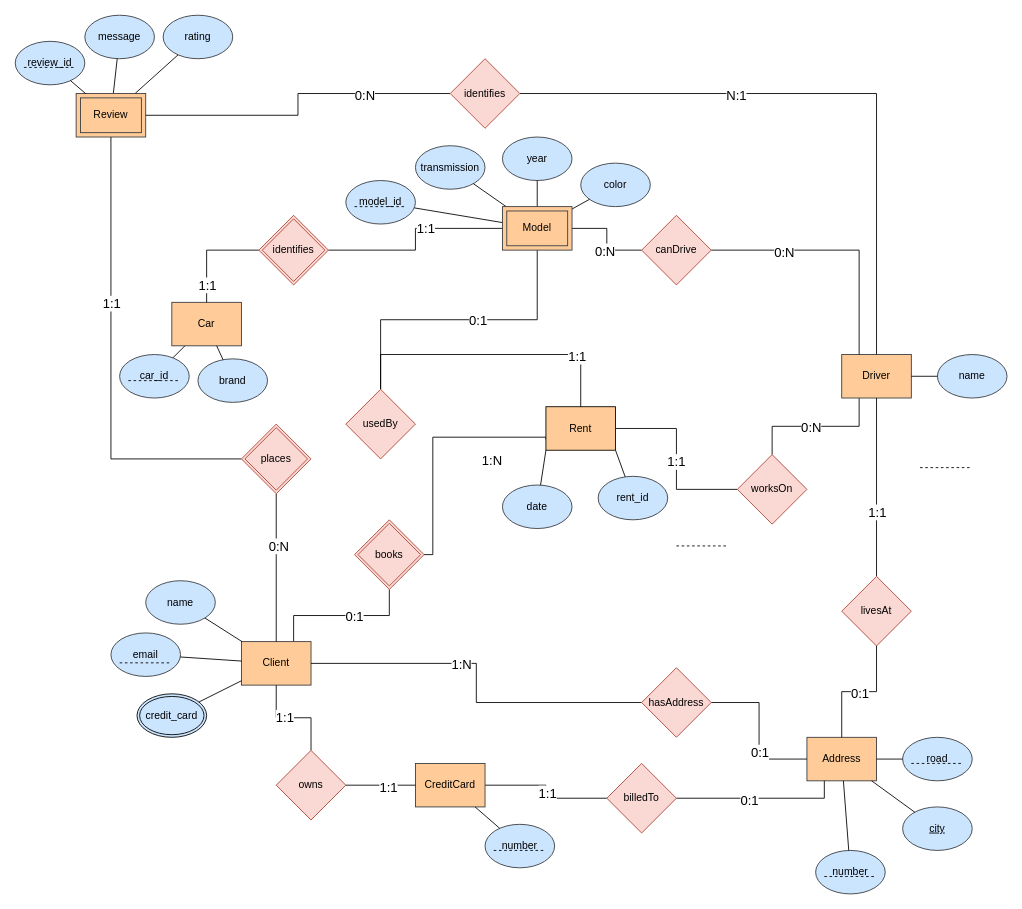
The draw.io diagram 480-ER-Diagram.drawio in p-rinceS/CS-480-Project, before the edit. Source tidied: cells renumbered, new cells numbered last; positions are measured from the earlier drawing's top-left corner, leaving out a move shared by most shapes. Both pictures are drawn from the tidied source at 87%, with x=0, y=0 at pixel (15, 15).
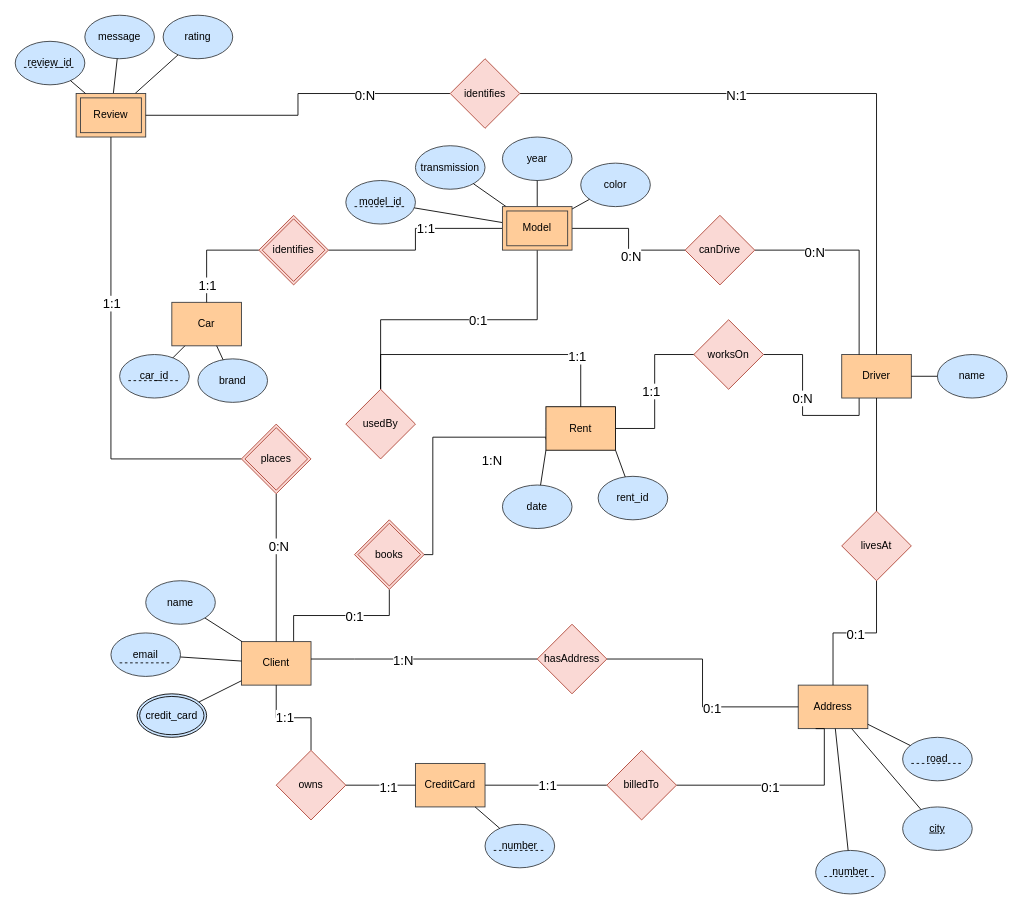
After the change.

Commit message:
Changed the position of certain Entities and Attributes (reorganized the model a little bit)

The change refers to these unchanged cells:
```xml
<mxCell id="4" value="Client" style="whiteSpace=wrap;html=1;fillColor=#ffcc99;strokeColor=#36393d;" parent="1" vertex="1">
  <mxGeometry x="260" y="720" width="80" height="50" as="geometry" />
</mxCell>
```

What changed in the source:
```diff
@@
     <mxCell id="16" value="Address" style="whiteSpace=wrap;html=1;fillColor=#ffcc99;strokeColor=#36393d;" parent="1" vertex="1">
-      <mxGeometry x="910" y="830" width="80" height="50" as="geometry" />
+      <mxGeometry x="900" y="770" width="80" height="50" as="geometry" />
     </mxCell>
@@
     <mxCell id="69" value="canDrive" style="shape=rhombus;perimeter=rhombusPerimeter;whiteSpace=wrap;html=1;align=center;fillColor=#fad9d5;strokeColor=#ae4132;" parent="1" vertex="1">
-      <mxGeometry x="720" y="230" width="80" height="80" as="geometry" />
+      <mxGeometry x="770" y="230" width="80" height="80" as="geometry" />
     </mxCell>
@@
     <mxCell id="73" style="edgeStyle=orthogonalEdgeStyle;rounded=0;jettySize=auto;html=1;endArrow=none;startFill=0;fontSize=15;" parent="1" edge="1" source="76" target="4">
-      <mxGeometry relative="1" as="geometry" />
+      <mxGeometry relative="1" as="geometry">
+        <Array as="points">
+          <mxPoint x="390" y="740" />
+          <mxPoint x="390" y="740" />
+        </Array>
+      </mxGeometry>
     </mxCell>
@@
-    <mxCell id="75" value="&lt;font style=&quot;font-size: 15px;&quot;&gt;1:1&lt;/font&gt;" style="edgeLabel;html=1;align=center;verticalAlign=middle;" parent="73" vertex="1">
-      <mxGeometry x="-0.69" y="-1" relative="1" as="geometry">
-        <mxPoint x="336" y="-219" as="offset" />
-      </mxGeometry>
-    </mxCell>
     <mxCell id="76" value="hasAddress" style="shape=rhombus;perimeter=rhombusPerimeter;whiteSpace=wrap;html=1;align=center;fillColor=#fad9d5;strokeColor=#ae4132;" parent="1" vertex="1">
-      <mxGeometry x="720" y="750" width="80" height="80" as="geometry" />
+      <mxGeometry x="600" y="700" width="80" height="80" as="geometry" />
     </mxCell>
@@
     <mxCell id="88" value="worksOn" style="shape=rhombus;perimeter=rhombusPerimeter;whiteSpace=wrap;html=1;align=center;fillColor=#fad9d5;strokeColor=#ae4132;" parent="1" vertex="1">
-      <mxGeometry x="830" y="505" width="80" height="80" as="geometry" />
+      <mxGeometry x="780" y="350" width="80" height="80" as="geometry" />
     </mxCell>
@@
     <mxCell id="94" value="livesAt" style="shape=rhombus;perimeter=rhombusPerimeter;whiteSpace=wrap;html=1;align=center;fillColor=#fad9d5;strokeColor=#ae4132;" parent="1" vertex="1">
-      <mxGeometry x="950" y="645" width="80" height="80" as="geometry" />
+      <mxGeometry x="950" y="570" width="80" height="80" as="geometry" />
     </mxCell>
     <mxCell id="95" style="edgeStyle=orthogonalEdgeStyle;rounded=0;jettySize=auto;html=1;exitX=1;exitY=0.5;exitDx=0;exitDy=0;entryX=0.25;entryY=1;entryDx=0;entryDy=0;endArrow=none;startFill=0;" parent="1" edge="1" source="97" target="16">
-      <mxGeometry relative="1" as="geometry" />
+      <mxGeometry relative="1" as="geometry">
+        <Array as="points">
+          <mxPoint x="930" y="885" />
+        </Array>
+      </mxGeometry>
     </mxCell>
@@
     <mxCell id="97" value="billedTo" style="shape=rhombus;perimeter=rhombusPerimeter;whiteSpace=wrap;html=1;align=center;fillColor=#fad9d5;strokeColor=#ae4132;" parent="1" vertex="1">
-      <mxGeometry x="680" y="860" width="80" height="80" as="geometry" />
+      <mxGeometry x="680" y="845" width="80" height="80" as="geometry" />
     </mxCell>
@@
-    <mxCell id="105" style="endArrow=none;dashed=1;html=1;rounded=0;" parent="1" edge="1">
-      <mxGeometry relative="1" as="geometry">
-        <mxPoint x="1040" y="520" as="sourcePoint" />
-        <mxPoint x="1100" y="520" as="targetPoint" />
-      </mxGeometry>
-    </mxCell>
@@
-    <mxCell id="111" style="endArrow=none;dashed=1;html=1;rounded=0;" parent="1" edge="1">
-      <mxGeometry relative="1" as="geometry">
-        <mxPoint x="760" y="610" as="sourcePoint" />
-        <mxPoint x="820" y="610" as="targetPoint" />
-      </mxGeometry>
-    </mxCell>
```
